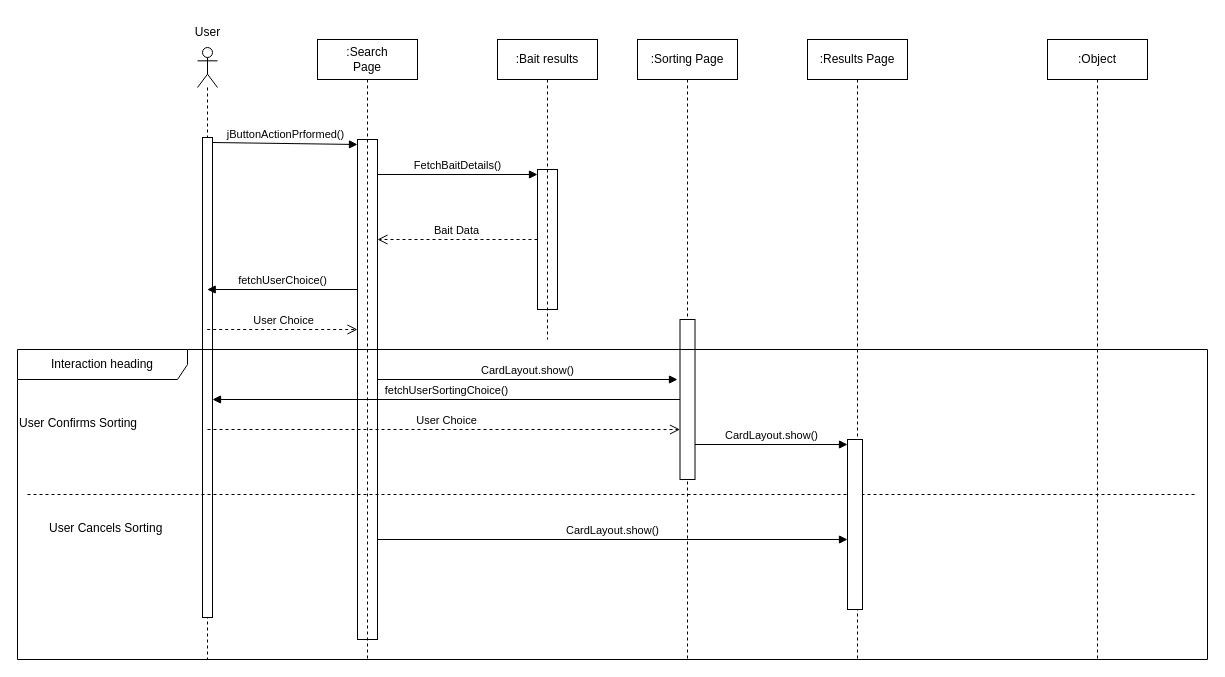
TMCEID/SoftEngFishApp keeps this draw.io diagram as Delivarable3/SequenceDiagram/SearchBait.drawio. Above is the earlier version. Source tidied: cells renumbered, new cells numbered last; positions are measured from the earlier drawing's top-left corner, leaving out a move shared by most shapes. Both pictures are drawn from the tidied source at 100%, with x=0, y=0 at pixel (17, 17).
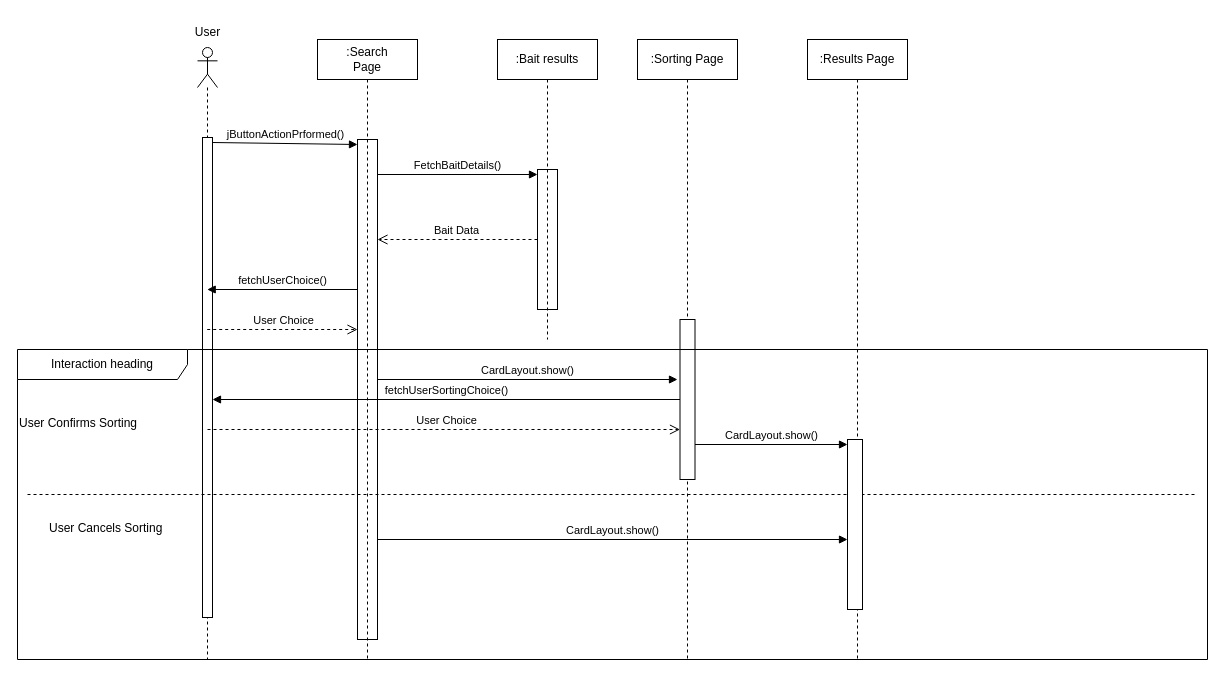
The same diagram, later.

Change to the diagram source:
```diff
@@
-    <mxCell id="13" value=":Object" style="shape=umlLifeline;perimeter=lifelinePerimeter;whiteSpace=wrap;html=1;newEdgeStyle={&quot;curved&quot;:0,&quot;rounded&quot;:0};" parent="1" vertex="1">
-      <mxGeometry x="1030" y="22" width="100" height="620" as="geometry" />
-    </mxCell>
```
